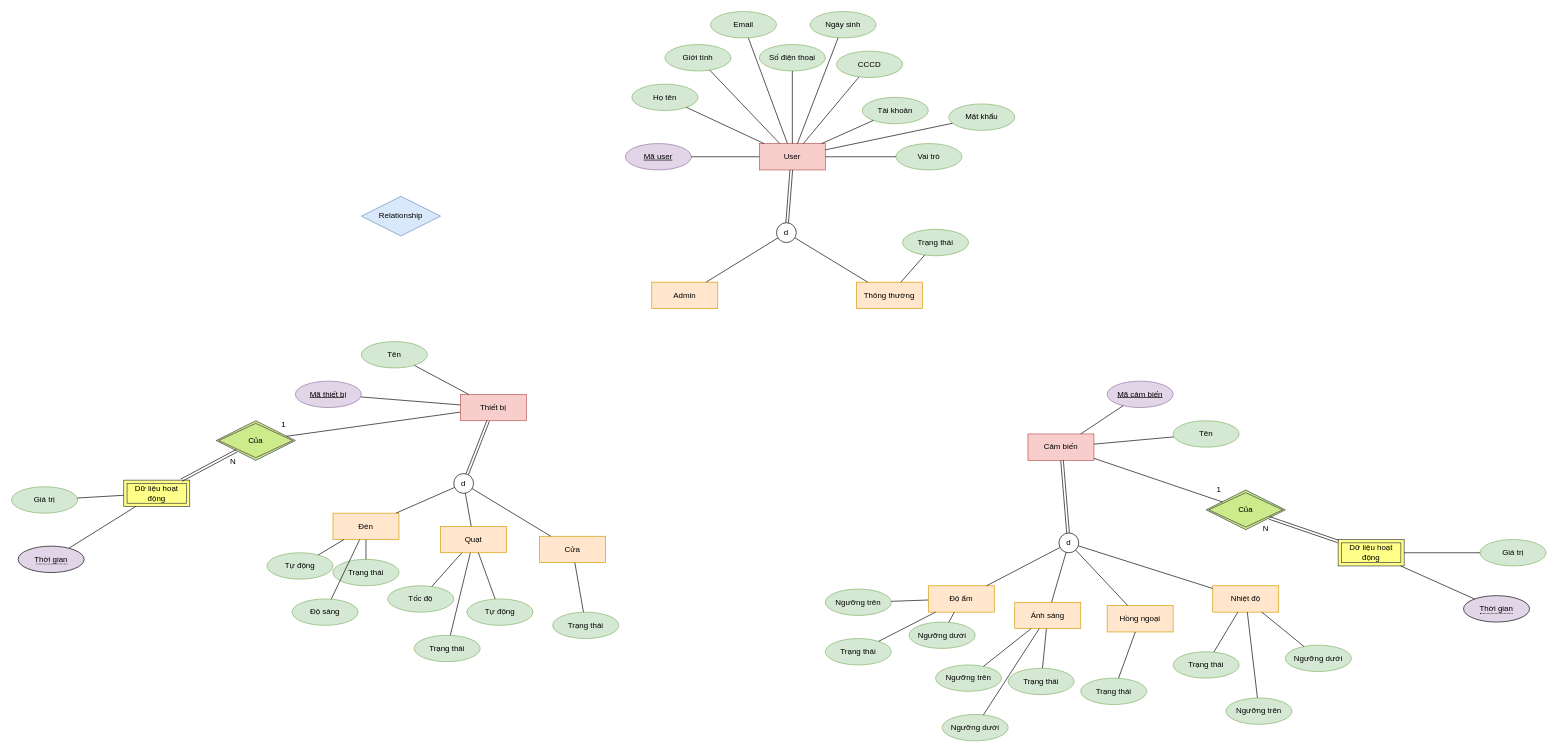
astr0tas/Smart-Home-CNPM keeps this draw.io diagram as page "Main" (1 of 2) of Week 3/ERD.drawio. Above is the earlier version. Source tidied: cells renumbered, new cells numbered last; positions are measured from the earlier drawing's top-left corner, leaving out a move shared by most shapes. Both pictures are drawn from the tidied source at 66%, with x=0, y=0 at pixel (11, 11).
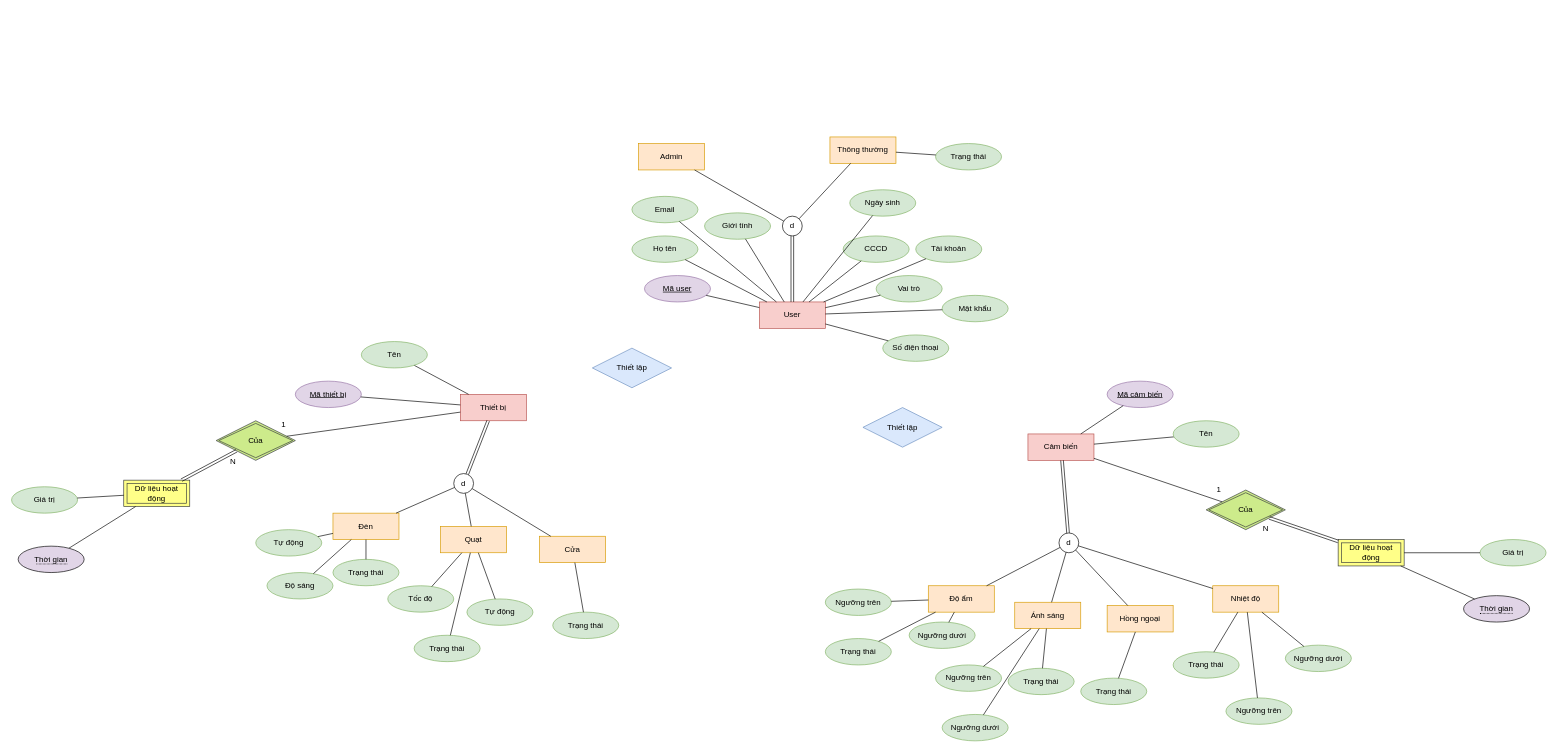
After the change.

The edit, as a diff of the source:
```diff
@@
     <mxCell id="2" value="User" style="whiteSpace=wrap;html=1;align=center;fillColor=#f8cecc;strokeColor=#b85450;" parent="1" vertex="1">
-      <mxGeometry x="1133" y="200" width="100" height="40" as="geometry" />
+      <mxGeometry x="1133" y="440" width="100" height="40" as="geometry" />
     </mxCell>
     <mxCell id="3" value="Admin" style="whiteSpace=wrap;html=1;align=center;fillColor=#ffe6cc;strokeColor=#d79b00;" parent="1" vertex="1">
-      <mxGeometry x="970" y="410" width="100" height="40" as="geometry" />
+      <mxGeometry x="950" y="200" width="100" height="40" as="geometry" />
     </mxCell>
     <mxCell id="4" value="Thông thường" style="whiteSpace=wrap;html=1;align=center;fillColor=#ffe6cc;strokeColor=#d79b00;" parent="1" vertex="1">
-      <mxGeometry x="1280" y="410" width="100" height="40" as="geometry" />
+      <mxGeometry x="1240" y="190" width="100" height="40" as="geometry" />
     </mxCell>
     <mxCell id="5" value="d" style="ellipse;whiteSpace=wrap;html=1;" parent="1" vertex="1">
-      <mxGeometry x="1159" y="320" width="30" height="30" as="geometry" />
+      <mxGeometry x="1168" y="310" width="30" height="30" as="geometry" />
     </mxCell>
@@
-    <mxCell id="29" value="Relationship" style="shape=rhombus;perimeter=rhombusPerimeter;whiteSpace=wrap;html=1;align=center;fillColor=#dae8fc;strokeColor=#6c8ebf;" parent="1" vertex="1">
-      <mxGeometry x="530" y="280" width="120" height="60" as="geometry" />
+    <mxCell id="29" value="Thiết lập" style="shape=rhombus;perimeter=rhombusPerimeter;whiteSpace=wrap;html=1;align=center;fillColor=#dae8fc;strokeColor=#6c8ebf;" parent="1" vertex="1">
+      <mxGeometry x="880" y="510" width="120" height="60" as="geometry" />
     </mxCell>
     <mxCell id="30" value="Giới tính" style="ellipse;whiteSpace=wrap;html=1;align=center;fillColor=#d5e8d4;strokeColor=#82b366;" parent="1" vertex="1">
-      <mxGeometry x="990" y="50" width="100" height="40" as="geometry" />
+      <mxGeometry x="1050" y="305" width="100" height="40" as="geometry" />
     </mxCell>
     <mxCell id="31" value="Mã user" style="ellipse;whiteSpace=wrap;html=1;align=center;fontStyle=4;fillColor=#e1d5e7;strokeColor=#9673a6;" parent="1" vertex="1">
-      <mxGeometry x="930" y="200" width="100" height="40" as="geometry" />
+      <mxGeometry x="959" y="400" width="100" height="40" as="geometry" />
     </mxCell>
     <mxCell id="32" value="Họ tên" style="ellipse;whiteSpace=wrap;html=1;align=center;fillColor=#d5e8d4;strokeColor=#82b366;" parent="1" vertex="1">
-      <mxGeometry x="940" y="110" width="100" height="40" as="geometry" />
+      <mxGeometry x="940" y="340" width="100" height="40" as="geometry" />
     </mxCell>
     <mxCell id="33" value="Ngày sinh" style="ellipse;whiteSpace=wrap;html=1;align=center;fillColor=#d5e8d4;strokeColor=#82b366;" parent="1" vertex="1">
-      <mxGeometry x="1210" width="100" height="40" as="geometry" />
+      <mxGeometry x="1270" y="270" width="100" height="40" as="geometry" />
     </mxCell>
     <mxCell id="34" value="CCCD" style="ellipse;whiteSpace=wrap;html=1;align=center;fillColor=#d5e8d4;strokeColor=#82b366;" parent="1" vertex="1">
-      <mxGeometry x="1250" y="60" width="100" height="40" as="geometry" />
+      <mxGeometry x="1260" y="340" width="100" height="40" as="geometry" />
     </mxCell>
     <mxCell id="35" value="Email" style="ellipse;whiteSpace=wrap;html=1;align=center;fillColor=#d5e8d4;strokeColor=#82b366;" parent="1" vertex="1">
-      <mxGeometry x="1059" width="100" height="40" as="geometry" />
+      <mxGeometry x="940" y="280" width="100" height="40" as="geometry" />
     </mxCell>
     <mxCell id="36" value="Số điện thoại" style="ellipse;whiteSpace=wrap;html=1;align=center;fillColor=#d5e8d4;strokeColor=#82b366;" parent="1" vertex="1">
-      <mxGeometry x="1133" y="50" width="100" height="40" as="geometry" />
+      <mxGeometry x="1320" y="490" width="100" height="40" as="geometry" />
     </mxCell>
     <mxCell id="37" value="Tài khoản" style="ellipse;whiteSpace=wrap;html=1;align=center;fillColor=#d5e8d4;strokeColor=#82b366;" parent="1" vertex="1">
-      <mxGeometry x="1289" y="130" width="100" height="40" as="geometry" />
+      <mxGeometry x="1370" y="340" width="100" height="40" as="geometry" />
     </mxCell>
     <mxCell id="38" value="Mật khẩu" style="ellipse;whiteSpace=wrap;html=1;align=center;fillColor=#d5e8d4;strokeColor=#82b366;" parent="1" vertex="1">
-      <mxGeometry x="1420" y="140" width="100" height="40" as="geometry" />
+      <mxGeometry x="1410" y="430" width="100" height="40" as="geometry" />
     </mxCell>
     <mxCell id="39" value="Trạng thái" style="ellipse;whiteSpace=wrap;html=1;align=center;fillColor=#d5e8d4;strokeColor=#82b366;" parent="1" vertex="1">
-      <mxGeometry x="1350" y="330" width="100" height="40" as="geometry" />
+      <mxGeometry x="1400" y="200" width="100" height="40" as="geometry" />
     </mxCell>
     <mxCell id="40" value="Vai trò" style="ellipse;whiteSpace=wrap;html=1;align=center;fillColor=#d5e8d4;strokeColor=#82b366;" parent="1" vertex="1">
-      <mxGeometry x="1340" y="200" width="100" height="40" as="geometry" />
+      <mxGeometry x="1310" y="400" width="100" height="40" as="geometry" />
     </mxCell>
@@
     <mxCell id="61" value="Tự động" style="ellipse;whiteSpace=wrap;html=1;align=center;fillColor=#d5e8d4;strokeColor=#82b366;" parent="1" vertex="1">
-      <mxGeometry x="387" y="820" width="100" height="40" as="geometry" />
+      <mxGeometry x="370" y="785" width="100" height="40" as="geometry" />
     </mxCell>
@@
     <mxCell id="63" value="Độ sáng" style="ellipse;whiteSpace=wrap;html=1;align=center;fillColor=#d5e8d4;strokeColor=#82b366;" parent="1" vertex="1">
-      <mxGeometry x="425" y="890" width="100" height="40" as="geometry" />
+      <mxGeometry x="387" y="850" width="100" height="40" as="geometry" />
     </mxCell>
@@
+    <mxCell id="114" value="Thiết lập" style="shape=rhombus;perimeter=rhombusPerimeter;whiteSpace=wrap;html=1;align=center;fillColor=#dae8fc;strokeColor=#6c8ebf;" parent="1" vertex="1">
+      <mxGeometry x="1290" y="600" width="120" height="60" as="geometry" />
+    </mxCell>
```
